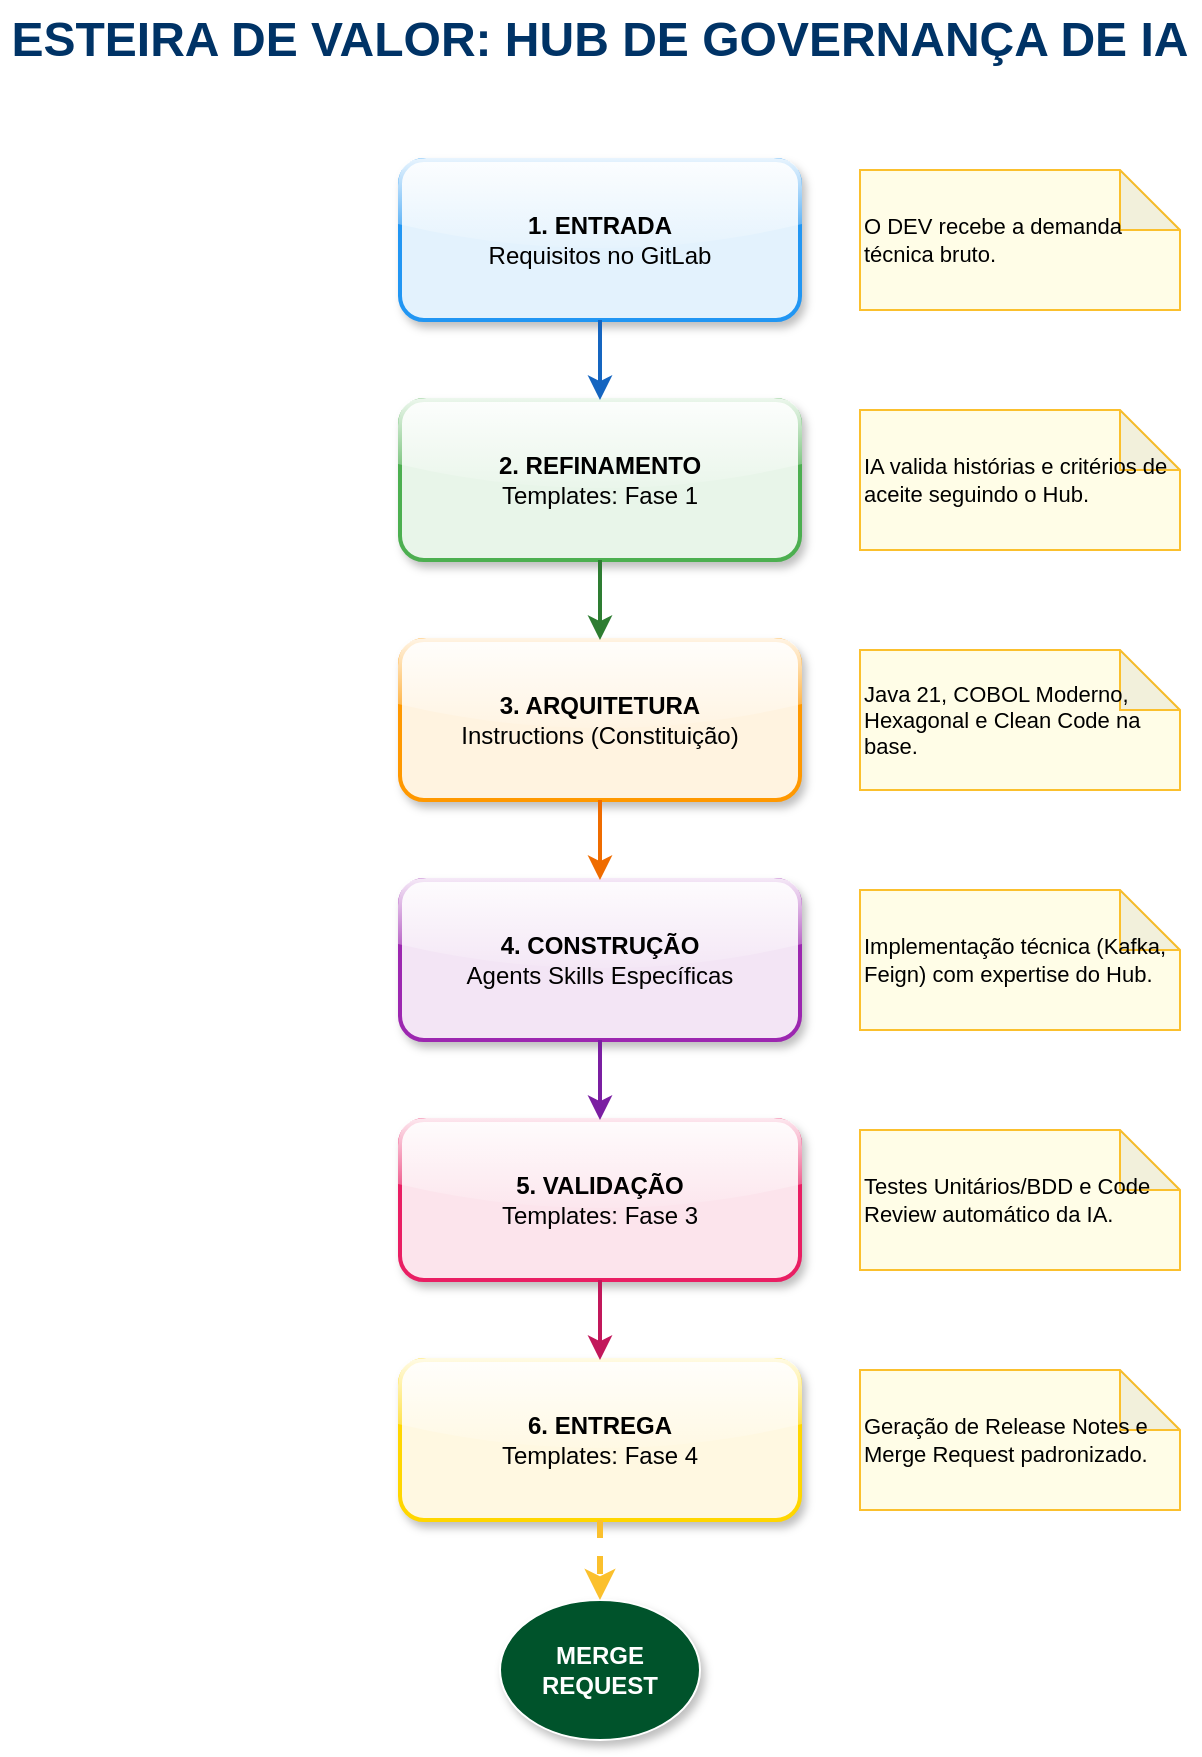
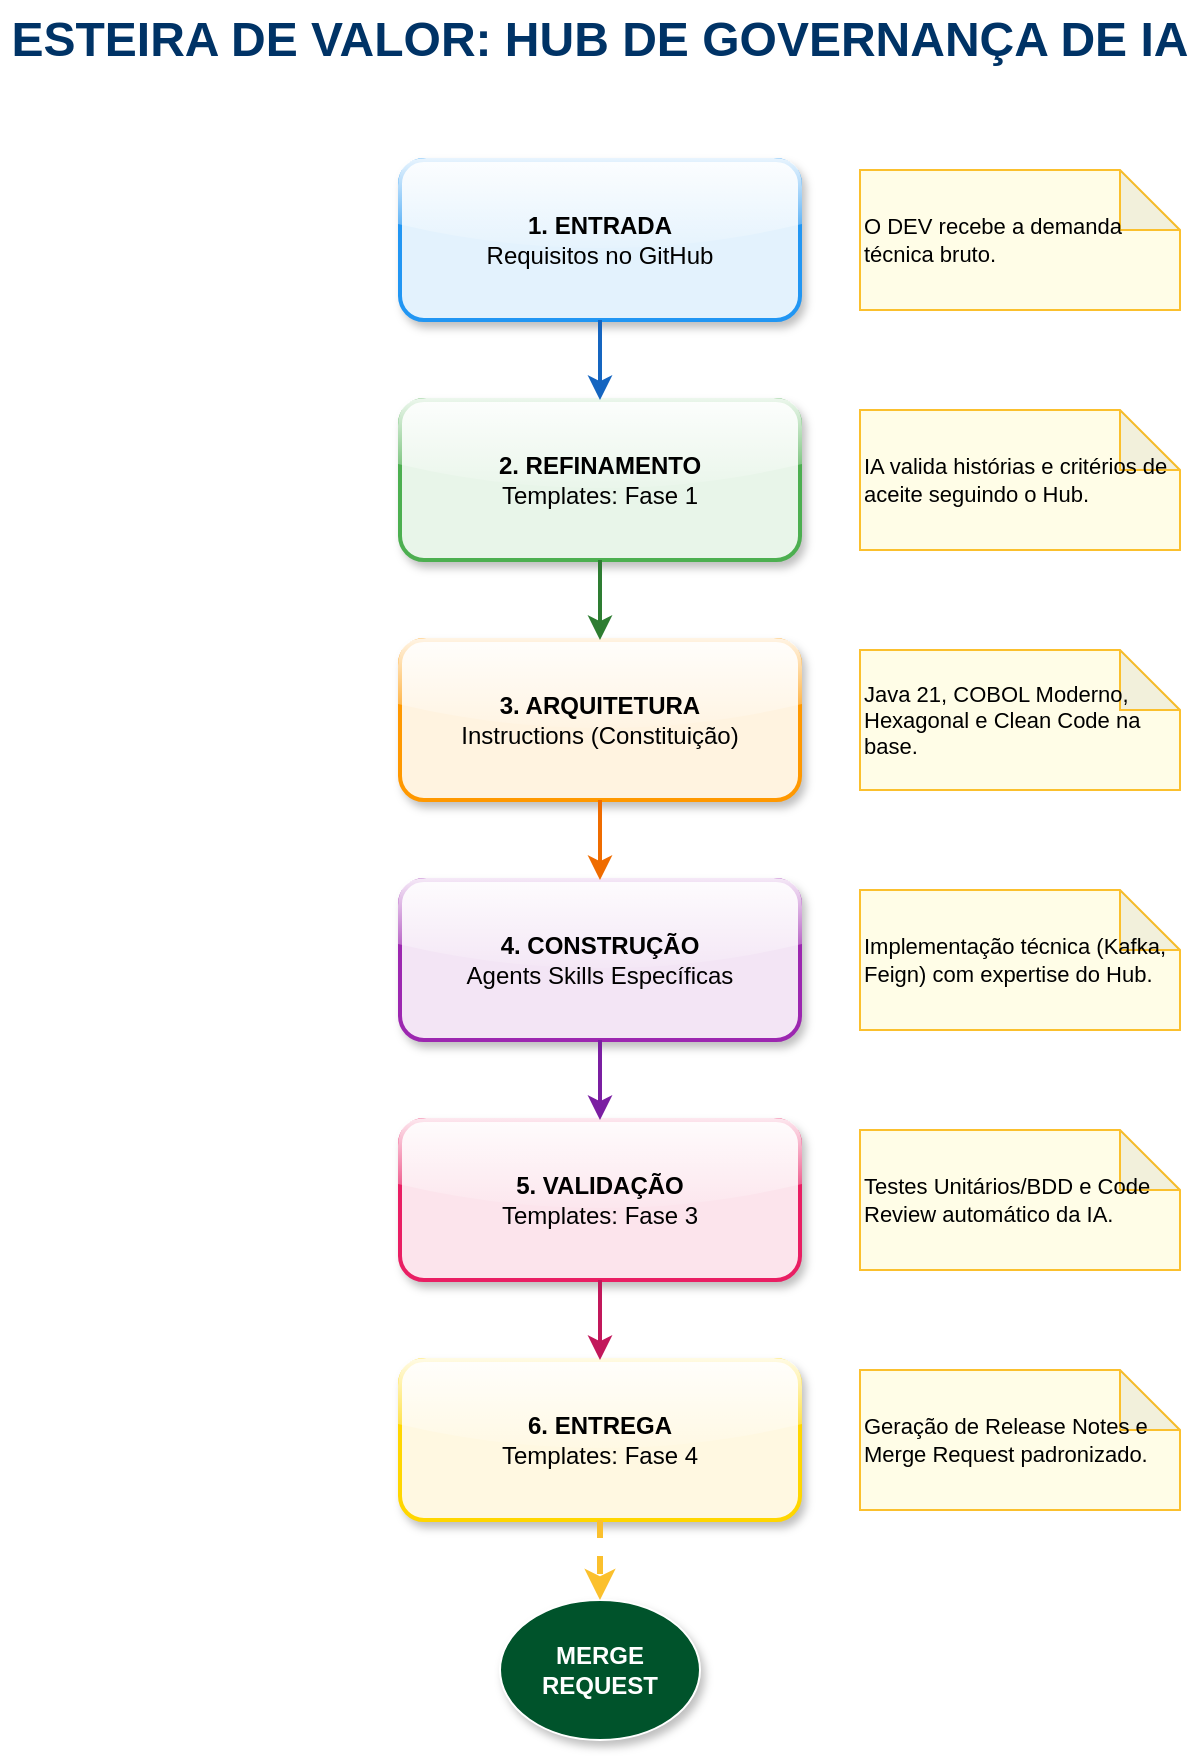
<mxfile host="Electron" version="21.6.8" type="device">
  <diagram id="fluxo-premium" name="Esteira de Valor Hub IA">
    <mxGraphModel dx="1422" dy="794" grid="1" gridSize="10" guides="1" tooltips="1" connect="1" arrows="1" fold="1" page="1" pageScale="1" pageWidth="827" pageHeight="1169" math="0" shadow="0">
      <root>
        <mxCell id="0" />
        <mxCell id="1" parent="0" />

        <!-- Título -->
        <mxCell id="title" value="ESTEIRA DE VALOR: HUB DE GOVERNANÇA DE IA" style="text;html=1;strokeColor=none;fillColor=none;align=center;verticalAlign=middle;whiteSpace=wrap;rounded=0;fontSize=24;fontStyle=1;fontColor=#003366;" vertex="1" parent="1">
          <mxGeometry x="110" y="20" width="600" height="40" as="geometry" />
        </mxCell>

        <!-- Passo 1 -->
-         <mxCell id="step1" value="&lt;b&gt;1. ENTRADA&lt;/b&gt;&lt;br&gt;Requisitos no GitLab" style="rounded=1;whiteSpace=wrap;html=1;fillColor=#E3F2FD;strokeColor=#2196F3;strokeWidth=2;shadow=1;glass=1;" vertex="1" parent="1">
+         <mxCell id="step1" value="&lt;b&gt;1. ENTRADA&lt;/b&gt;&lt;br&gt;Requisitos no GitHub" style="rounded=1;whiteSpace=wrap;html=1;fillColor=#E3F2FD;strokeColor=#2196F3;strokeWidth=2;shadow=1;glass=1;" vertex="1" parent="1">
          <mxGeometry x="310" y="100" width="200" height="80" as="geometry" />
        </mxCell>
        <mxCell id="callout1" value="O DEV recebe a demanda técnica bruto." style="shape=note;whiteSpace=wrap;html=1;backgroundOutline=1;darkOpacity=0.05;fillColor=#FFFDE7;strokeColor=#FBC02D;fontSize=11;align=left;" vertex="1" parent="1">
          <mxGeometry x="540" y="105" width="160" height="70" as="geometry" />
        </mxCell>

        <!-- Passo 2 -->
        <mxCell id="step2" value="&lt;b&gt;2. REFINAMENTO&lt;/b&gt;&lt;br&gt;Templates: Fase 1" style="rounded=1;whiteSpace=wrap;html=1;fillColor=#E8F5E9;strokeColor=#4CAF50;strokeWidth=2;shadow=1;glass=1;" vertex="1" parent="1">
          <mxGeometry x="310" y="220" width="200" height="80" as="geometry" />
        </mxCell>
        <mxCell id="callout2" value="IA valida histórias e critérios de aceite seguindo o Hub." style="shape=note;whiteSpace=wrap;html=1;backgroundOutline=1;darkOpacity=0.05;fillColor=#FFFDE7;strokeColor=#FBC02D;fontSize=11;align=left;" vertex="1" parent="1">
          <mxGeometry x="540" y="225" width="160" height="70" as="geometry" />
        </mxCell>
        <mxCell id="arrow1" edge="1" parent="1" source="step1" target="step2" style="edgeStyle=orthogonalEdgeStyle;rounded=1;orthogonalLoop=1;jettySize=auto;html=1;strokeWidth=2;strokeColor=#1565C0;">
          <mxGeometry relative="1" as="geometry" />
        </mxCell>

        <!-- Passo 3 -->
        <mxCell id="step3" value="&lt;b&gt;3. ARQUITETURA&lt;/b&gt;&lt;br&gt;Instructions (Constituição)" style="rounded=1;whiteSpace=wrap;html=1;fillColor=#FFF3E0;strokeColor=#FF9800;strokeWidth=2;shadow=1;glass=1;" vertex="1" parent="1">
          <mxGeometry x="310" y="340" width="200" height="80" as="geometry" />
        </mxCell>
        <mxCell id="callout3" value="Java 21, COBOL Moderno, Hexagonal e Clean Code na base." style="shape=note;whiteSpace=wrap;html=1;backgroundOutline=1;darkOpacity=0.05;fillColor=#FFFDE7;strokeColor=#FBC02D;fontSize=11;align=left;" vertex="1" parent="1">
          <mxGeometry x="540" y="345" width="160" height="70" as="geometry" />
        </mxCell>
        <mxCell id="arrow2" edge="1" parent="1" source="step2" target="step3" style="edgeStyle=orthogonalEdgeStyle;rounded=1;orthogonalLoop=1;jettySize=auto;html=1;strokeWidth=2;strokeColor=#2E7D32;">
          <mxGeometry relative="1" as="geometry" />
        </mxCell>

        <!-- Passo 4 -->
        <mxCell id="step4" value="&lt;b&gt;4. CONSTRUÇÃO&lt;/b&gt;&lt;br&gt;Agents Skills Específicas" style="rounded=1;whiteSpace=wrap;html=1;fillColor=#F3E5F5;strokeColor=#9C27B0;strokeWidth=2;shadow=1;glass=1;" vertex="1" parent="1">
          <mxGeometry x="310" y="460" width="200" height="80" as="geometry" />
        </mxCell>
        <mxCell id="callout4" value="Implementação técnica (Kafka, Feign) com expertise do Hub." style="shape=note;whiteSpace=wrap;html=1;backgroundOutline=1;darkOpacity=0.05;fillColor=#FFFDE7;strokeColor=#FBC02D;fontSize=11;align=left;" vertex="1" parent="1">
          <mxGeometry x="540" y="465" width="160" height="70" as="geometry" />
        </mxCell>
        <mxCell id="arrow3" edge="1" parent="1" source="step3" target="step4" style="edgeStyle=orthogonalEdgeStyle;rounded=1;orthogonalLoop=1;jettySize=auto;html=1;strokeWidth=2;strokeColor=#EF6C00;">
          <mxGeometry relative="1" as="geometry" />
        </mxCell>

        <!-- Passo 5 -->
        <mxCell id="step5" value="&lt;b&gt;5. VALIDAÇÃO&lt;/b&gt;&lt;br&gt;Templates: Fase 3" style="rounded=1;whiteSpace=wrap;html=1;fillColor=#FCE4EC;strokeColor=#E91E63;strokeWidth=2;shadow=1;glass=1;" vertex="1" parent="1">
          <mxGeometry x="310" y="580" width="200" height="80" as="geometry" />
        </mxCell>
        <mxCell id="callout5" value="Testes Unitários/BDD e Code Review automático da IA." style="shape=note;whiteSpace=wrap;html=1;backgroundOutline=1;darkOpacity=0.05;fillColor=#FFFDE7;strokeColor=#FBC02D;fontSize=11;align=left;" vertex="1" parent="1">
          <mxGeometry x="540" y="585" width="160" height="70" as="geometry" />
        </mxCell>
        <mxCell id="arrow4" edge="1" parent="1" source="step4" target="step5" style="edgeStyle=orthogonalEdgeStyle;rounded=1;orthogonalLoop=1;jettySize=auto;html=1;strokeWidth=2;strokeColor=#7B1FA2;">
          <mxGeometry relative="1" as="geometry" />
        </mxCell>

        <!-- Passo 6 -->
        <mxCell id="step6" value="&lt;b&gt;6. ENTREGA&lt;/b&gt;&lt;br&gt;Templates: Fase 4" style="rounded=1;whiteSpace=wrap;html=1;fillColor=#FFF8E1;strokeColor=#FFD600;strokeWidth=2;shadow=1;glass=1;" vertex="1" parent="1">
          <mxGeometry x="310" y="700" width="200" height="80" as="geometry" />
        </mxCell>
        <mxCell id="callout6" value="Geração de Release Notes e Merge Request padronizado." style="shape=note;whiteSpace=wrap;html=1;backgroundOutline=1;darkOpacity=0.05;fillColor=#FFFDE7;strokeColor=#FBC02D;fontSize=11;align=left;" vertex="1" parent="1">
          <mxGeometry x="540" y="705" width="160" height="70" as="geometry" />
        </mxCell>
        <mxCell id="arrow5" edge="1" parent="1" source="step5" target="step6" style="edgeStyle=orthogonalEdgeStyle;rounded=1;orthogonalLoop=1;jettySize=auto;html=1;strokeWidth=2;strokeColor=#C2185B;">
          <mxGeometry relative="1" as="geometry" />
        </mxCell>

        <!-- FIM -->
        <mxCell id="end" value="MERGE&lt;br&gt;REQUEST" style="ellipse;whiteSpace=wrap;html=1;fillColor=#00532B;strokeColor=#FFFFFF;fontColor=#FFFFFF;fontStyle=1;shadow=1;" vertex="1" parent="1">
          <mxGeometry x="360" y="820" width="100" height="70" as="geometry" />
        </mxCell>
        <mxCell id="arrow6" edge="1" parent="1" source="step6" target="end" style="edgeStyle=orthogonalEdgeStyle;rounded=1;orthogonalLoop=1;jettySize=auto;html=1;strokeWidth=3;strokeColor=#FBC02D;dashed=1;">
          <mxGeometry relative="1" as="geometry" />
        </mxCell>

      </root>
    </mxGraphModel>
  </diagram>
</mxfile>
